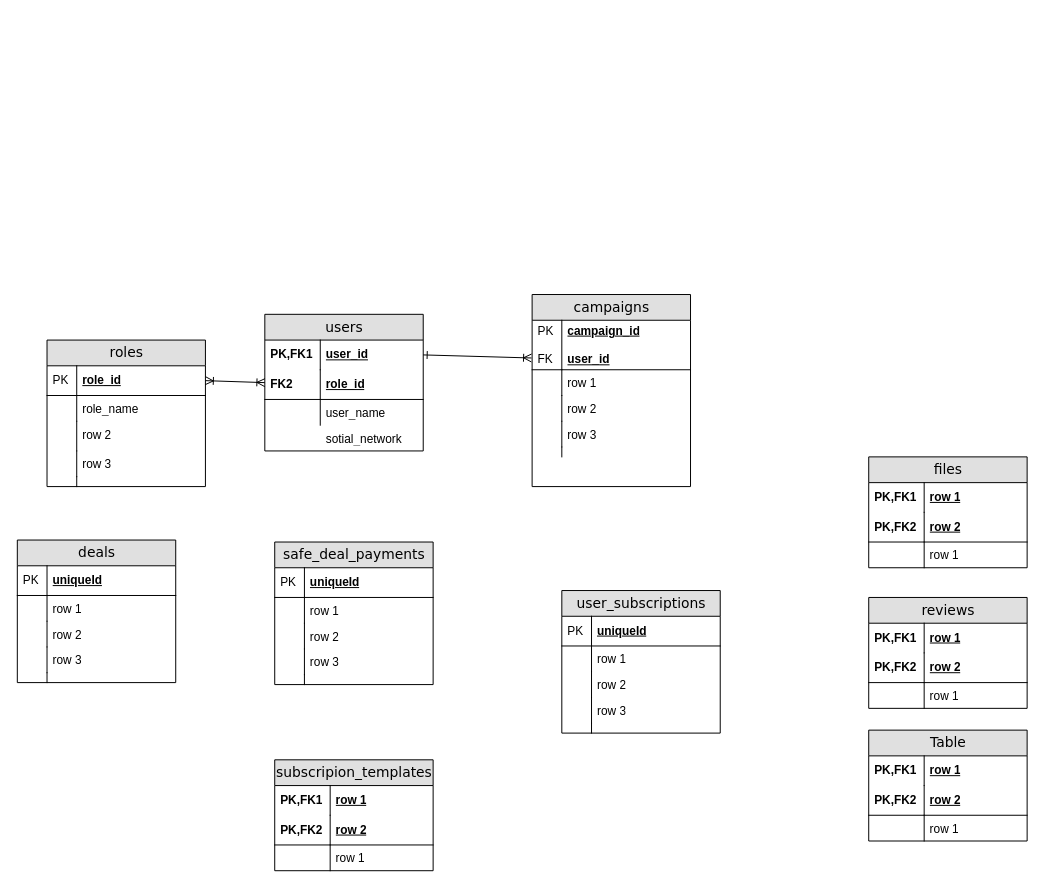
This is diagrams/erd.drawio.xml from NadezdaHope19/practice, a draw.io file, before an edit. Source tidied: cells renumbered, new cells numbered last; positions are measured from the earlier drawing's top-left corner, leaving out a move shared by most shapes. Both pictures are drawn from the tidied source at 99%, with x=0, y=0 at pixel (17, 294).
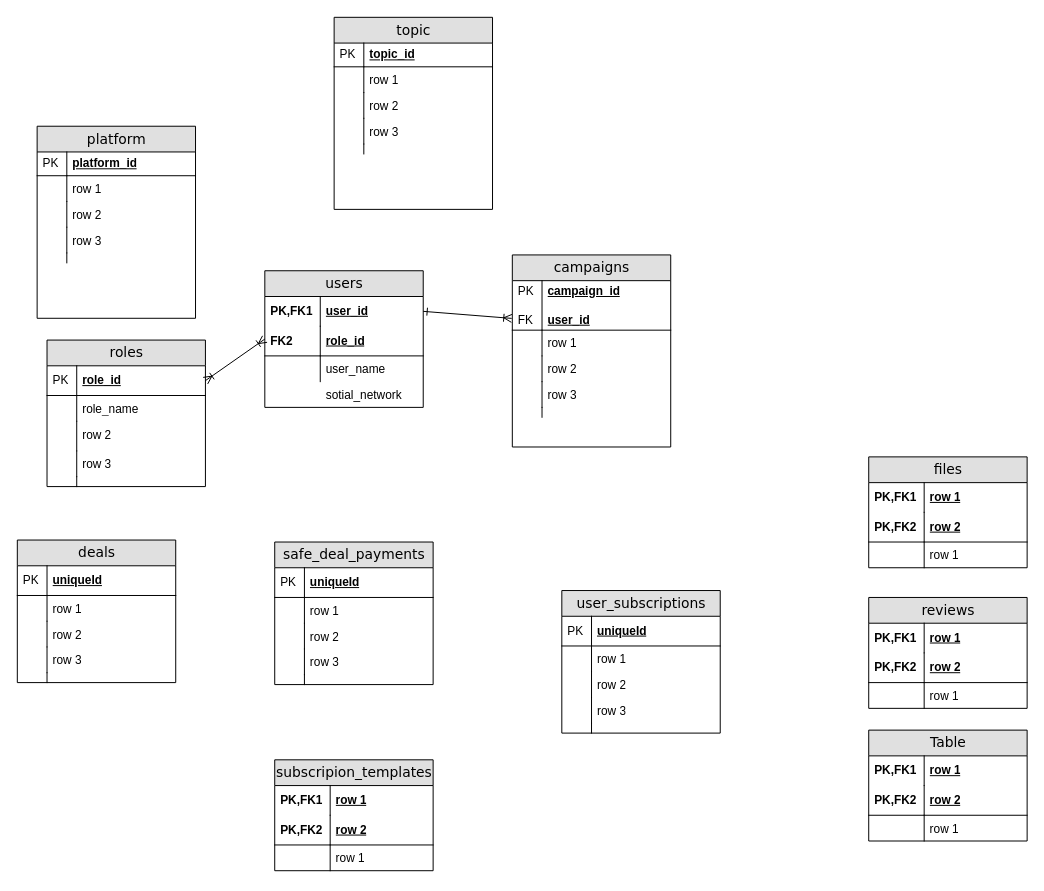
The same diagram, later.

The edit, as a diff of the source:
```diff
@@
     <mxCell id="2" value="users" style="swimlane;html=1;fontStyle=0;horizontal=1;startSize=26;fillColor=#e0e0e0;swimlaneFillColor=#ffffff;align=center;rounded=0;shadow=0;comic=0;labelBackgroundColor=none;strokeWidth=1;fontFamily=Verdana;fontSize=14;" parent="1" vertex="1">
-      <mxGeometry x="250" y="20" width="160" height="138" as="geometry" />
+      <mxGeometry x="250" y="-24" width="160" height="138" as="geometry" />
     </mxCell>
@@
     <mxCell id="10" value="campaigns" style="swimlane;html=1;fontStyle=0;horizontal=1;startSize=26;fillColor=#e0e0e0;swimlaneFillColor=#ffffff;align=center;rounded=0;shadow=0;comic=0;labelBackgroundColor=none;strokeWidth=1;fontFamily=Verdana;fontSize=14;swimlaneLine=1;" parent="1" vertex="1">
-      <mxGeometry x="520" width="160" height="194" as="geometry" />
+      <mxGeometry x="500" y="-40" width="160" height="194" as="geometry" />
     </mxCell>
@@
+    <mxCell id="95" value="topic" style="swimlane;html=1;fontStyle=0;horizontal=1;startSize=26;fillColor=#e0e0e0;swimlaneFillColor=#ffffff;align=center;rounded=0;shadow=0;comic=0;labelBackgroundColor=none;strokeWidth=1;fontFamily=Verdana;fontSize=14;swimlaneLine=1;" parent="1" vertex="1">
+      <mxGeometry x="320" y="-280" width="160" height="194" as="geometry" />
+    </mxCell>
+    <mxCell id="96" value="topic_id" style="shape=partialRectangle;top=0;left=0;right=0;bottom=1;html=1;align=left;verticalAlign=middle;fillColor=none;spacingLeft=34;spacingRight=4;whiteSpace=wrap;overflow=hidden;fontStyle=5;" parent="95" vertex="1">
+      <mxGeometry y="26" width="160" height="24" as="geometry" />
+    </mxCell>
+    <mxCell id="97" value="PK" style="shape=partialRectangle;top=0;left=0;bottom=0;html=1;fillColor=none;align=left;verticalAlign=middle;spacingLeft=4;spacingRight=4;whiteSpace=wrap;overflow=hidden;" parent="96" vertex="1">
+      <mxGeometry width="30" height="24" as="geometry" />
+    </mxCell>
+    <mxCell id="98" value="row 1" style="shape=partialRectangle;top=0;left=0;right=0;bottom=0;html=1;align=left;verticalAlign=top;fillColor=none;spacingLeft=34;spacingRight=4;whiteSpace=wrap;overflow=hidden;" parent="95" vertex="1">
+      <mxGeometry y="50" width="160" height="26" as="geometry" />
+    </mxCell>
+    <mxCell id="99" style="shape=partialRectangle;top=0;left=0;bottom=0;html=1;fillColor=none;align=left;verticalAlign=top;spacingLeft=4;spacingRight=4;whiteSpace=wrap;overflow=hidden;" parent="98" vertex="1">
+      <mxGeometry width="30" height="26" as="geometry" />
+    </mxCell>
+    <mxCell id="100" value="row 2" style="shape=partialRectangle;top=0;left=0;right=0;bottom=0;html=1;align=left;verticalAlign=top;fillColor=none;spacingLeft=34;spacingRight=4;whiteSpace=wrap;overflow=hidden;" parent="95" vertex="1">
+      <mxGeometry y="76" width="160" height="26" as="geometry" />
+    </mxCell>
+    <mxCell id="101" style="shape=partialRectangle;top=0;left=0;bottom=0;html=1;fillColor=none;align=left;verticalAlign=top;spacingLeft=4;spacingRight=4;whiteSpace=wrap;overflow=hidden;" parent="100" vertex="1">
+      <mxGeometry width="30" height="26" as="geometry" />
+    </mxCell>
+    <mxCell id="102" value="row 3" style="shape=partialRectangle;top=0;left=0;right=0;bottom=0;html=1;align=left;verticalAlign=top;fillColor=none;spacingLeft=34;spacingRight=4;whiteSpace=wrap;overflow=hidden;" parent="95" vertex="1">
+      <mxGeometry y="102" width="160" height="26" as="geometry" />
+    </mxCell>
+    <mxCell id="103" style="shape=partialRectangle;top=0;left=0;bottom=0;html=1;fillColor=none;align=left;verticalAlign=top;spacingLeft=4;spacingRight=4;whiteSpace=wrap;overflow=hidden;" parent="102" vertex="1">
+      <mxGeometry width="30" height="26" as="geometry" />
+    </mxCell>
+    <mxCell id="104" style="shape=partialRectangle;top=0;left=0;right=0;bottom=0;html=1;align=left;verticalAlign=top;fillColor=none;spacingLeft=34;spacingRight=4;whiteSpace=wrap;overflow=hidden;" parent="95" vertex="1">
+      <mxGeometry y="128" width="160" height="10" as="geometry" />
+    </mxCell>
+    <mxCell id="105" style="shape=partialRectangle;top=0;left=0;bottom=0;html=1;fillColor=none;align=left;verticalAlign=top;spacingLeft=4;spacingRight=4;whiteSpace=wrap;overflow=hidden;" parent="104" vertex="1">
+      <mxGeometry width="30" height="10" as="geometry" />
+    </mxCell>
+    <mxCell id="106" value="platform" style="swimlane;html=1;fontStyle=0;horizontal=1;startSize=26;fillColor=#e0e0e0;swimlaneFillColor=#ffffff;align=center;rounded=0;shadow=0;comic=0;labelBackgroundColor=none;strokeWidth=1;fontFamily=Verdana;fontSize=14;swimlaneLine=1;" parent="1" vertex="1">
+      <mxGeometry x="20" y="-170" width="160" height="194" as="geometry" />
+    </mxCell>
+    <mxCell id="107" value="platform_id" style="shape=partialRectangle;top=0;left=0;right=0;bottom=1;html=1;align=left;verticalAlign=middle;fillColor=none;spacingLeft=34;spacingRight=4;whiteSpace=wrap;overflow=hidden;fontStyle=5;" parent="106" vertex="1">
+      <mxGeometry y="26" width="160" height="24" as="geometry" />
+    </mxCell>
+    <mxCell id="108" value="PK" style="shape=partialRectangle;top=0;left=0;bottom=0;html=1;fillColor=none;align=left;verticalAlign=middle;spacingLeft=4;spacingRight=4;whiteSpace=wrap;overflow=hidden;" parent="107" vertex="1">
+      <mxGeometry width="30" height="24" as="geometry" />
+    </mxCell>
+    <mxCell id="109" value="row 1" style="shape=partialRectangle;top=0;left=0;right=0;bottom=0;html=1;align=left;verticalAlign=top;fillColor=none;spacingLeft=34;spacingRight=4;whiteSpace=wrap;overflow=hidden;" parent="106" vertex="1">
+      <mxGeometry y="50" width="160" height="26" as="geometry" />
+    </mxCell>
+    <mxCell id="110" style="shape=partialRectangle;top=0;left=0;bottom=0;html=1;fillColor=none;align=left;verticalAlign=top;spacingLeft=4;spacingRight=4;whiteSpace=wrap;overflow=hidden;" parent="109" vertex="1">
+      <mxGeometry width="30" height="26" as="geometry" />
+    </mxCell>
+    <mxCell id="111" value="row 2" style="shape=partialRectangle;top=0;left=0;right=0;bottom=0;html=1;align=left;verticalAlign=top;fillColor=none;spacingLeft=34;spacingRight=4;whiteSpace=wrap;overflow=hidden;" parent="106" vertex="1">
+      <mxGeometry y="76" width="160" height="26" as="geometry" />
+    </mxCell>
+    <mxCell id="112" style="shape=partialRectangle;top=0;left=0;bottom=0;html=1;fillColor=none;align=left;verticalAlign=top;spacingLeft=4;spacingRight=4;whiteSpace=wrap;overflow=hidden;" parent="111" vertex="1">
+      <mxGeometry width="30" height="26" as="geometry" />
+    </mxCell>
+    <mxCell id="113" value="row 3" style="shape=partialRectangle;top=0;left=0;right=0;bottom=0;html=1;align=left;verticalAlign=top;fillColor=none;spacingLeft=34;spacingRight=4;whiteSpace=wrap;overflow=hidden;" parent="106" vertex="1">
+      <mxGeometry y="102" width="160" height="26" as="geometry" />
+    </mxCell>
+    <mxCell id="114" style="shape=partialRectangle;top=0;left=0;bottom=0;html=1;fillColor=none;align=left;verticalAlign=top;spacingLeft=4;spacingRight=4;whiteSpace=wrap;overflow=hidden;" parent="113" vertex="1">
+      <mxGeometry width="30" height="26" as="geometry" />
+    </mxCell>
+    <mxCell id="115" style="shape=partialRectangle;top=0;left=0;right=0;bottom=0;html=1;align=left;verticalAlign=top;fillColor=none;spacingLeft=34;spacingRight=4;whiteSpace=wrap;overflow=hidden;" parent="106" vertex="1">
+      <mxGeometry y="128" width="160" height="10" as="geometry" />
+    </mxCell>
+    <mxCell id="116" style="shape=partialRectangle;top=0;left=0;bottom=0;html=1;fillColor=none;align=left;verticalAlign=top;spacingLeft=4;spacingRight=4;whiteSpace=wrap;overflow=hidden;" parent="115" vertex="1">
+      <mxGeometry width="30" height="10" as="geometry" />
+    </mxCell>
```
